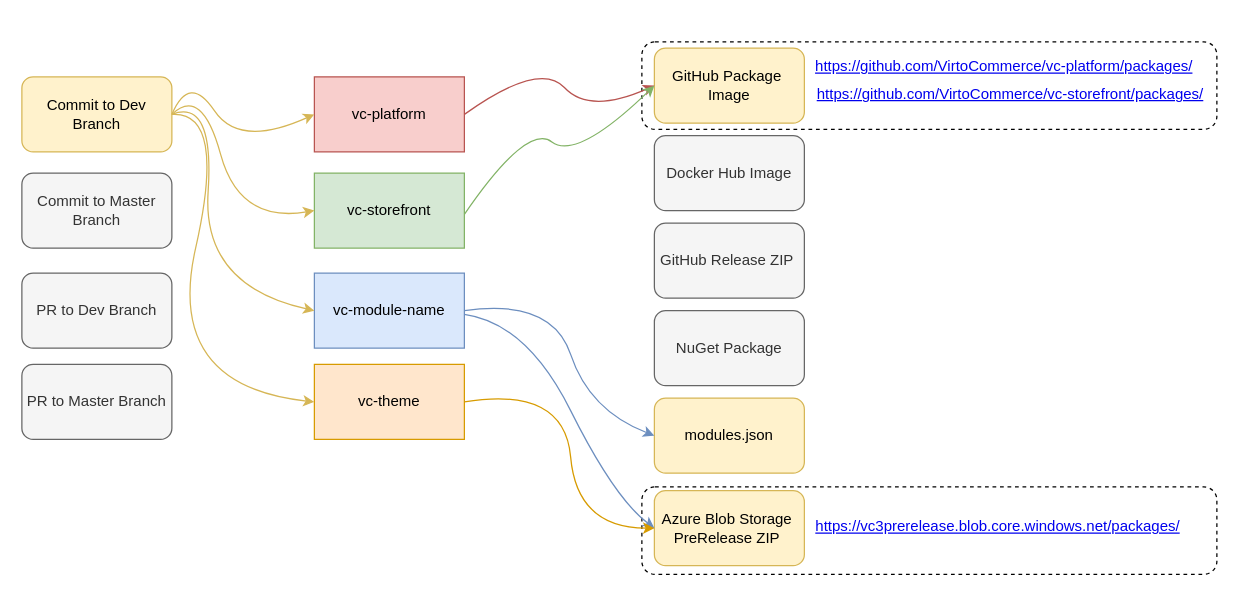
This is page "PreRelease-Flow" (1 of 6) of docs/media/GitHub-Actions-flows.drawio from VirtoCommerce/vc-github-actions, a draw.io file, before an edit. Source tidied: cells renumbered, new cells numbered last; positions are measured from the earlier drawing's top-left corner, leaving out a move shared by most shapes. Both pictures are drawn from the tidied source at 125%, with x=0, y=0 at pixel (21, 41).
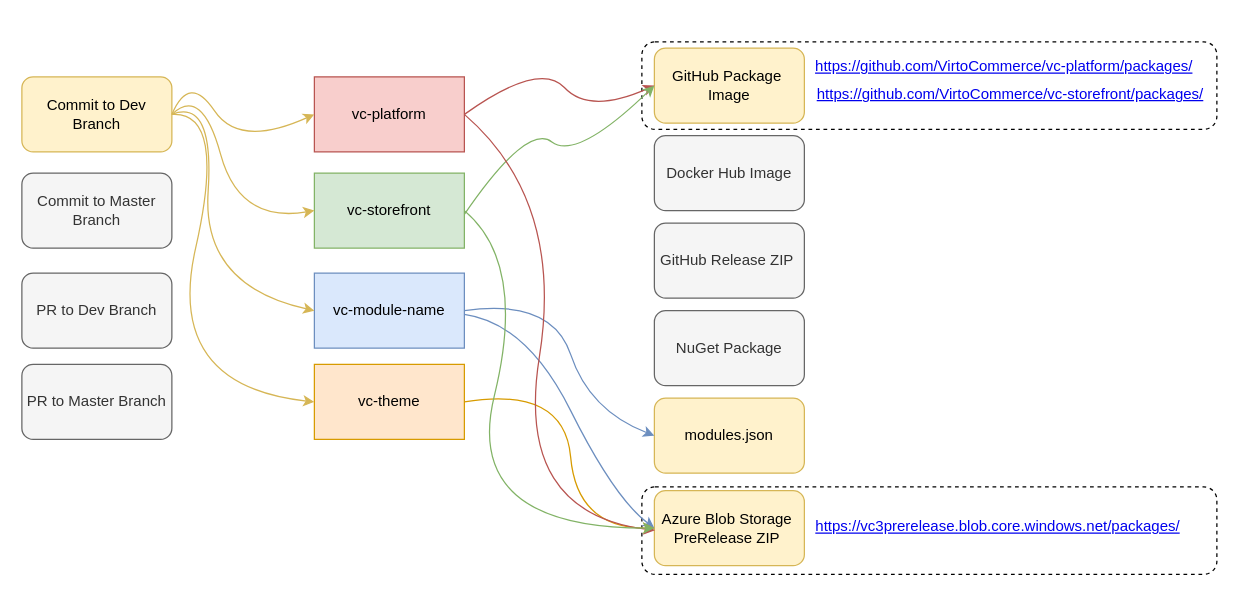
The same page after the edit.

The change refers to these unchanged cells:
```xml
<mxCell id="8" value="Azure Blob Storage&amp;nbsp; PreRelease ZIP&amp;nbsp;" style="rounded=1;whiteSpace=wrap;html=1;fillColor=#fff2cc;strokeColor=#d6b656;" parent="1" vertex="1">
  <mxGeometry x="506" y="359" width="120" height="60" as="geometry" />
</mxCell>
<mxCell id="11" value="vc-platform" style="rounded=0;whiteSpace=wrap;html=1;fillColor=#f8cecc;strokeColor=#b85450;" parent="1" vertex="1">
  <mxGeometry x="234" y="28" width="120" height="60" as="geometry" />
</mxCell>
<mxCell id="12" value="vc-storefront" style="rounded=0;whiteSpace=wrap;html=1;fillColor=#d5e8d4;strokeColor=#82b366;" parent="1" vertex="1">
  <mxGeometry x="234" y="105" width="120" height="60" as="geometry" />
</mxCell>
```

Diff of the diagram source:
```diff
@@
+    <mxCell id="30" style="curved=1;endArrow=classic;html=1;exitX=1;exitY=0.5;exitDx=0;exitDy=0;entryX=0.004;entryY=0.53;entryDx=0;entryDy=0;strokeColor=#b85450;fillColor=#f8cecc;entryPerimeter=0;" parent="1" edge="1" source="11" target="8">
+      <mxGeometry relative="1" as="geometry">
+        <Array as="points">
+          <mxPoint x="434" y="127" />
+          <mxPoint x="394" y="377" />
+        </Array>
+      </mxGeometry>
+    </mxCell>
+    <mxCell id="31" style="curved=1;endArrow=classic;html=1;exitX=1;exitY=0.5;exitDx=0;exitDy=0;entryX=0;entryY=0.5;entryDx=0;entryDy=0;strokeColor=#82b366;fillColor=#d5e8d4;" parent="1" edge="1" source="12" target="8">
+      <mxGeometry relative="1" as="geometry">
+        <Array as="points">
+          <mxPoint x="404" y="177" />
+          <mxPoint x="352" y="389" />
+        </Array>
+      </mxGeometry>
+    </mxCell>
```
